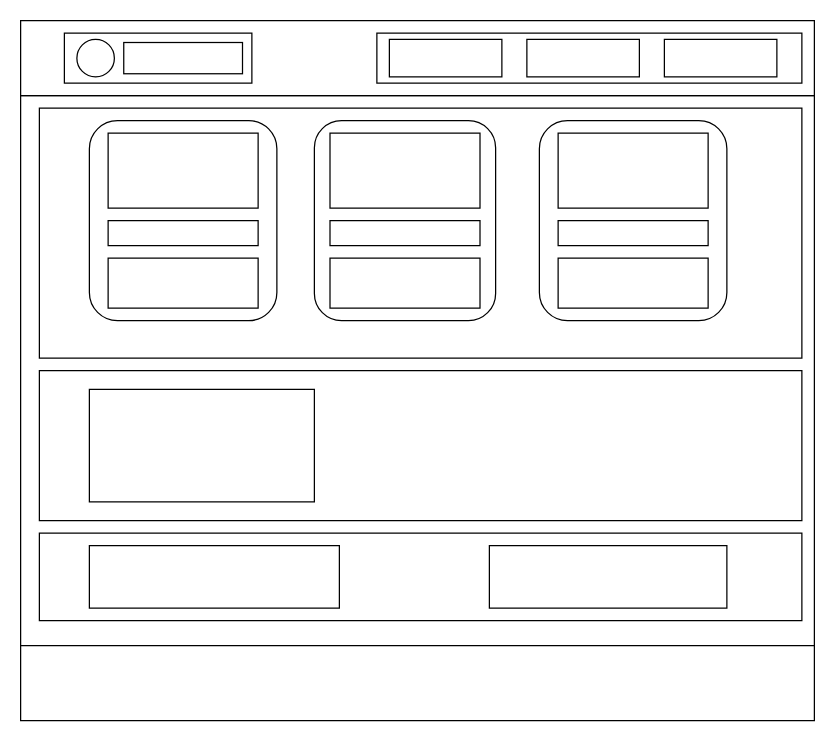
Earlier version of the draw.io diagram assets/wireframing/myportfolio.drawio (mavisyupyup1/myportfolio). Source tidied: cells renumbered, new cells numbered last; positions are measured from the earlier drawing's top-left corner, leaving out a move shared by most shapes. Both pictures are drawn from the tidied source at 125%, with x=0, y=0 at pixel (20, 20).
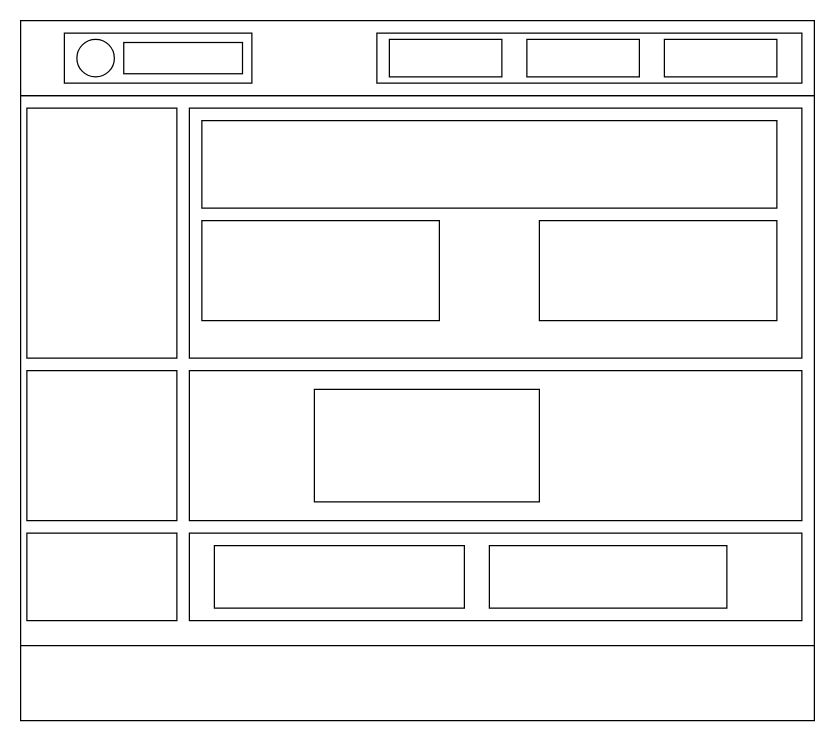
Above is the later version.

The edit, as a diff of the source:
```diff
@@
     <mxCell id="8" style="rounded=0;whiteSpace=wrap;html=1;" parent="1" vertex="1">
-      <mxGeometry x="15" y="70" width="610" height="200" as="geometry" />
+      <mxGeometry x="135" y="70" width="490" height="200" as="geometry" />
     </mxCell>
     <mxCell id="9" style="rounded=0;whiteSpace=wrap;html=1;" parent="1" vertex="1">
-      <mxGeometry x="15" y="280" width="610" height="120" as="geometry" />
+      <mxGeometry x="135" y="280" width="490" height="120" as="geometry" />
     </mxCell>
     <mxCell id="10" style="rounded=0;whiteSpace=wrap;html=1;" parent="1" vertex="1">
-      <mxGeometry x="15" y="410" width="610" height="70" as="geometry" />
+      <mxGeometry x="135" y="410" width="490" height="70" as="geometry" />
     </mxCell>
-    <mxCell id="11" style="rounded=1;whiteSpace=wrap;html=1;" parent="1" vertex="1">
-      <mxGeometry x="55" y="80" width="150" height="160" as="geometry" />
-    </mxCell>
-    <mxCell id="12" style="rounded=1;whiteSpace=wrap;html=1;" parent="1" vertex="1">
-      <mxGeometry x="235" y="80" width="145" height="160" as="geometry" />
-    </mxCell>
-    <mxCell id="13" style="rounded=1;whiteSpace=wrap;html=1;" parent="1" vertex="1">
-      <mxGeometry x="415" y="80" width="150" height="160" as="geometry" />
-    </mxCell>
-    <mxCell id="14" style="rounded=0;whiteSpace=wrap;html=1;" parent="1" vertex="1">
-      <mxGeometry x="70" y="90" width="120" height="60" as="geometry" />
-    </mxCell>
-    <mxCell id="15" style="rounded=0;whiteSpace=wrap;html=1;" parent="1" vertex="1">
-      <mxGeometry x="70" y="160" width="120" height="20" as="geometry" />
-    </mxCell>
-    <mxCell id="16" style="rounded=0;whiteSpace=wrap;html=1;" parent="1" vertex="1">
-      <mxGeometry x="70" y="190" width="120" height="40" as="geometry" />
-    </mxCell>
-    <mxCell id="17" style="rounded=0;whiteSpace=wrap;html=1;" parent="1" vertex="1">
-      <mxGeometry x="247.5" y="90" width="120" height="60" as="geometry" />
-    </mxCell>
-    <mxCell id="18" style="rounded=0;whiteSpace=wrap;html=1;" parent="1" vertex="1">
-      <mxGeometry x="247.5" y="160" width="120" height="20" as="geometry" />
-    </mxCell>
-    <mxCell id="19" style="rounded=0;whiteSpace=wrap;html=1;" parent="1" vertex="1">
-      <mxGeometry x="247.5" y="190" width="120" height="40" as="geometry" />
-    </mxCell>
-    <mxCell id="20" style="rounded=0;whiteSpace=wrap;html=1;" parent="1" vertex="1">
-      <mxGeometry x="430" y="90" width="120" height="60" as="geometry" />
-    </mxCell>
-    <mxCell id="21" style="rounded=0;whiteSpace=wrap;html=1;" parent="1" vertex="1">
-      <mxGeometry x="430" y="160" width="120" height="20" as="geometry" />
-    </mxCell>
-    <mxCell id="22" style="rounded=0;whiteSpace=wrap;html=1;" parent="1" vertex="1">
-      <mxGeometry x="430" y="190" width="120" height="40" as="geometry" />
-    </mxCell>
@@
     <mxCell id="26" style="rounded=0;whiteSpace=wrap;html=1;" parent="1" vertex="1">
-      <mxGeometry x="55" y="420" width="200" height="50" as="geometry" />
+      <mxGeometry x="155" y="420" width="200" height="50" as="geometry" />
     </mxCell>
@@
     <mxCell id="28" style="rounded=0;whiteSpace=wrap;html=1;" parent="1" vertex="1">
-      <mxGeometry x="55" y="295" width="180" height="90" as="geometry" />
+      <mxGeometry x="235" y="295" width="180" height="90" as="geometry" />
     </mxCell>
@@
+    <mxCell id="30" style="rounded=0;whiteSpace=wrap;html=1;" parent="1" vertex="1">
+      <mxGeometry x="5" y="70" width="120" height="200" as="geometry" />
+    </mxCell>
+    <mxCell id="31" style="rounded=0;whiteSpace=wrap;html=1;" parent="1" vertex="1">
+      <mxGeometry x="5" y="280" width="120" height="120" as="geometry" />
+    </mxCell>
+    <mxCell id="32" style="rounded=0;whiteSpace=wrap;html=1;" parent="1" vertex="1">
+      <mxGeometry x="5" y="410" width="120" height="70" as="geometry" />
+    </mxCell>
+    <mxCell id="33" style="rounded=0;whiteSpace=wrap;html=1;" parent="1" vertex="1">
+      <mxGeometry x="145" y="80" width="460" height="70" as="geometry" />
+    </mxCell>
+    <mxCell id="34" style="rounded=0;whiteSpace=wrap;html=1;" parent="1" vertex="1">
+      <mxGeometry x="145" y="160" width="190" height="80" as="geometry" />
+    </mxCell>
+    <mxCell id="35" style="rounded=0;whiteSpace=wrap;html=1;" parent="1" vertex="1">
+      <mxGeometry x="415" y="160" width="190" height="80" as="geometry" />
+    </mxCell>
```
